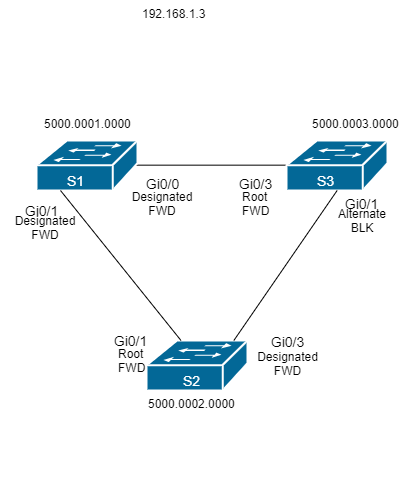
The draw.io diagram Labs/Lab2/LAB2_STP.png in AlexandrIII/Networks, before a commit. Source tidied: cells renumbered, new cells last; positions are measured from the earlier drawing's top-left corner, leaving out a move shared by most shapes. The source it was exported from:
```xml
<mxGraphModel>
  <root>
    <mxCell id="0" />
    <mxCell id="1" parent="0" />
    <mxCell id="2" style="endArrow=none;html=1;" parent="1" edge="1">
      <mxGeometry relative="1" as="geometry">
        <mxPoint x="326" y="164.7" as="sourcePoint" />
        <mxPoint x="116" y="164.7" as="targetPoint" />
      </mxGeometry>
    </mxCell>
    <mxCell id="3" style="shape=mxgraph.cisco.switches.workgroup_switch;html=1;dashed=0;fillColor=#036897;strokeColor=#ffffff;strokeWidth=2;verticalLabelPosition=bottom;verticalAlign=top;align=center;" parent="1" vertex="1">
      <mxGeometry x="146" y="340" width="101" height="50" as="geometry" />
    </mxCell>
    <mxCell id="4" style="shape=mxgraph.cisco.switches.workgroup_switch;html=1;dashed=0;fillColor=#036897;strokeColor=#ffffff;strokeWidth=2;verticalLabelPosition=bottom;verticalAlign=top;align=center;" parent="1" vertex="1">
      <mxGeometry x="286" y="140" width="101" height="50" as="geometry" />
    </mxCell>
    <mxCell id="5" style="shape=mxgraph.cisco.switches.workgroup_switch;html=1;dashed=0;fillColor=#036897;strokeColor=#ffffff;strokeWidth=2;verticalLabelPosition=bottom;verticalAlign=top;align=center;" parent="1" vertex="1">
      <mxGeometry x="36" y="140" width="101" height="50" as="geometry" />
    </mxCell>
    <mxCell id="6" value="&lt;font style=&quot;font-size: 14px&quot;&gt;S1&lt;/font&gt;" style="text;html=1;align=center;verticalAlign=middle;fillColor=none;strokeColor=none;rounded=0;fontColor=#FFFFFF;" parent="1" vertex="1">
      <mxGeometry x="60" y="170" width="30" height="20" as="geometry" />
    </mxCell>
    <mxCell id="7" value="&lt;font style=&quot;font-size: 14px&quot;&gt;S2&lt;/font&gt;" style="text;html=1;align=center;verticalAlign=middle;fillColor=none;strokeColor=none;rounded=0;fontColor=#FFFFFF;" parent="1" vertex="1">
      <mxGeometry x="176" y="370" width="30" height="20" as="geometry" />
    </mxCell>
    <mxCell id="8" value="&lt;font style=&quot;font-size: 14px&quot;&gt;Gi0/0&lt;/font&gt;" style="text;html=1;align=center;verticalAlign=middle;fillColor=none;strokeColor=none;rounded=0;" parent="1" vertex="1">
      <mxGeometry x="137" y="173" width="50" height="20" as="geometry" />
    </mxCell>
    <mxCell id="9" value="&lt;font style=&quot;font-size: 14px&quot;&gt;Gi0/1&lt;/font&gt;" style="text;html=1;align=center;verticalAlign=middle;fillColor=none;strokeColor=none;rounded=0;" parent="1" vertex="1">
      <mxGeometry x="16" y="200" width="50" height="20" as="geometry" />
    </mxCell>
    <mxCell id="10" value="&lt;font style=&quot;font-size: 14px&quot;&gt;Gi0/3&lt;/font&gt;" style="text;html=1;align=center;verticalAlign=middle;fillColor=none;strokeColor=none;rounded=0;" parent="1" vertex="1">
      <mxGeometry x="230" y="173" width="50" height="20" as="geometry" />
    </mxCell>
    <mxCell id="11" value="5000.0001.0000" style="text;whiteSpace=wrap;html=1;fontColor=#000000;" parent="1" vertex="1">
      <mxGeometry x="41.5" y="110" width="90" height="30" as="geometry" />
    </mxCell>
    <mxCell id="12" value="192.168.1.3" style="text;whiteSpace=wrap;html=1;fontColor=#000000;" parent="1" vertex="1">
      <mxGeometry x="140" width="90" height="30" as="geometry" />
    </mxCell>
    <mxCell id="13" value="&lt;font style=&quot;font-size: 14px&quot;&gt;S3&lt;/font&gt;" style="text;html=1;align=center;verticalAlign=middle;fillColor=none;strokeColor=none;rounded=0;fontColor=#FFFFFF;" parent="1" vertex="1">
      <mxGeometry x="310" y="170" width="30" height="20" as="geometry" />
    </mxCell>
    <mxCell id="14" style="endArrow=none;html=1;exitX=0.693;exitY=0;exitDx=0;exitDy=0;exitPerimeter=0;" parent="1" edge="1">
      <mxGeometry relative="1" as="geometry">
        <mxPoint x="233.4" y="340" as="sourcePoint" />
        <mxPoint x="336.6" y="190" as="targetPoint" />
      </mxGeometry>
    </mxCell>
    <mxCell id="15" style="endArrow=none;html=1;exitX=0.5;exitY=0;exitDx=0;exitDy=0;exitPerimeter=0;" parent="1" edge="1">
      <mxGeometry relative="1" as="geometry">
        <mxPoint x="180.5" y="340" as="sourcePoint" />
        <mxPoint x="60" y="190" as="targetPoint" />
      </mxGeometry>
    </mxCell>
    <mxCell id="16" value="&lt;font style=&quot;font-size: 14px&quot;&gt;Gi0/1&lt;/font&gt;" style="text;html=1;align=center;verticalAlign=middle;fillColor=none;strokeColor=none;rounded=0;" parent="1" vertex="1">
      <mxGeometry x="336" y="193" width="50" height="20" as="geometry" />
    </mxCell>
    <mxCell id="17" value="&lt;font style=&quot;font-size: 14px&quot;&gt;Gi0/3&lt;br&gt;&lt;/font&gt;&lt;span&gt;Designated&lt;/span&gt;&lt;br&gt;&lt;span&gt;FWD&lt;/span&gt;" style="text;html=1;align=center;verticalAlign=middle;fillColor=none;strokeColor=none;rounded=0;" parent="1" vertex="1">
      <mxGeometry x="247" y="330" width="80" height="50" as="geometry" />
    </mxCell>
    <mxCell id="18" value="5000.0002.0000" style="text;whiteSpace=wrap;html=1;fontColor=#000000;" parent="1" vertex="1">
      <mxGeometry x="146" y="390" width="90" height="30" as="geometry" />
    </mxCell>
    <mxCell id="19" value="5000.0003.0000" style="text;whiteSpace=wrap;html=1;fontColor=#000000;" parent="1" vertex="1">
      <mxGeometry x="310" y="110" width="90" height="30" as="geometry" />
    </mxCell>
    <mxCell id="20" value="&lt;font style=&quot;font-size: 14px&quot;&gt;S2&lt;/font&gt;" style="text;html=1;align=center;verticalAlign=middle;fillColor=none;strokeColor=none;rounded=0;fontColor=#FFFFFF;" parent="1" vertex="1">
      <mxGeometry x="176" y="470" width="30" height="20" as="geometry" />
    </mxCell>
    <mxCell id="21" value="Designated&lt;br&gt;FWD" style="text;whiteSpace=wrap;html=1;align=center;" parent="1" vertex="1">
      <mxGeometry y="207" width="90" height="30" as="geometry" />
    </mxCell>
    <mxCell id="22" value="Designated&lt;br&gt;FWD" style="text;whiteSpace=wrap;html=1;align=center;" parent="1" vertex="1">
      <mxGeometry x="117" y="183" width="90" height="30" as="geometry" />
    </mxCell>
    <mxCell id="23" style="group;" parent="1" vertex="1">
      <mxGeometry x="105" y="330" width="61" height="40" as="geometry" />
    </mxCell>
    <mxCell id="24" value="&lt;font style=&quot;font-size: 14px&quot;&gt;Gi0/1&lt;/font&gt;" style="text;html=1;align=center;verticalAlign=middle;fillColor=none;strokeColor=none;rounded=0;" parent="23" vertex="1">
      <mxGeometry width="50" height="20" as="geometry" />
    </mxCell>
    <mxCell id="25" value="Root&lt;br&gt;FWD" style="text;whiteSpace=wrap;html=1;" parent="23" vertex="1">
      <mxGeometry x="11" y="10" width="50" height="30" as="geometry" />
    </mxCell>
    <mxCell id="26" value="Root&lt;br&gt;FWD" style="text;whiteSpace=wrap;html=1;" parent="1" vertex="1">
      <mxGeometry x="240" y="183" width="50" height="30" as="geometry" />
    </mxCell>
    <mxCell id="27" value="Alternate&lt;br&gt;BLK" style="text;whiteSpace=wrap;html=1;align=center;" parent="1" vertex="1">
      <mxGeometry x="327" y="200" width="70" height="30" as="geometry" />
    </mxCell>
  </root>
</mxGraphModel>
```
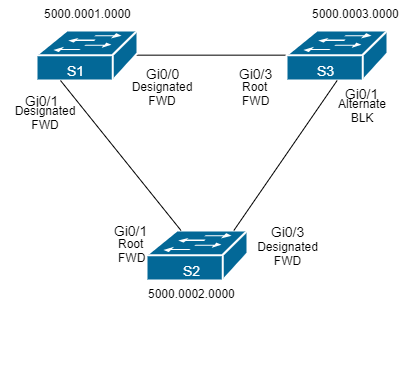
The same file after the commit.

The edit, as a diff of the source:
```diff
@@ -35,9 +35,6 @@
     <mxCell id="11" value="5000.0001.0000" style="text;whiteSpace=wrap;html=1;fontColor=#000000;" parent="1" vertex="1">
       <mxGeometry x="41.5" y="110" width="90" height="30" as="geometry" />
     </mxCell>
-    <mxCell id="12" value="192.168.1.3" style="text;whiteSpace=wrap;html=1;fontColor=#000000;" parent="1" vertex="1">
-      <mxGeometry x="140" width="90" height="30" as="geometry" />
-    </mxCell>
     <mxCell id="13" value="&lt;font style=&quot;font-size: 14px&quot;&gt;S3&lt;/font&gt;" style="text;html=1;align=center;verticalAlign=middle;fillColor=none;strokeColor=none;rounded=0;fontColor=#FFFFFF;" parent="1" vertex="1">
       <mxGeometry x="310" y="170" width="30" height="20" as="geometry" />
     </mxCell>
```
